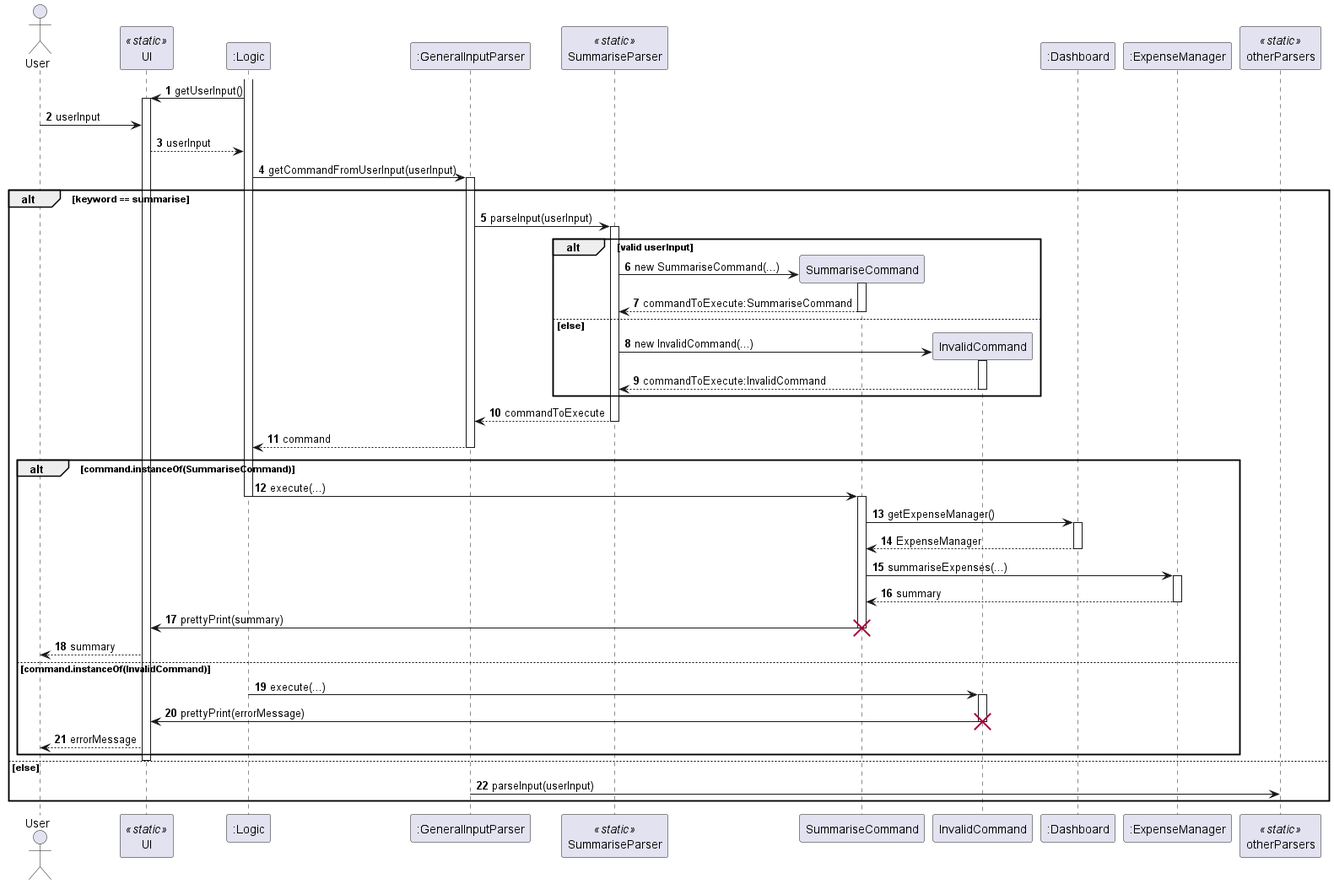
JianJiaT/tp keeps this PlantUML diagram as docs/images/summarise_sequence.png. Above is the earlier version.
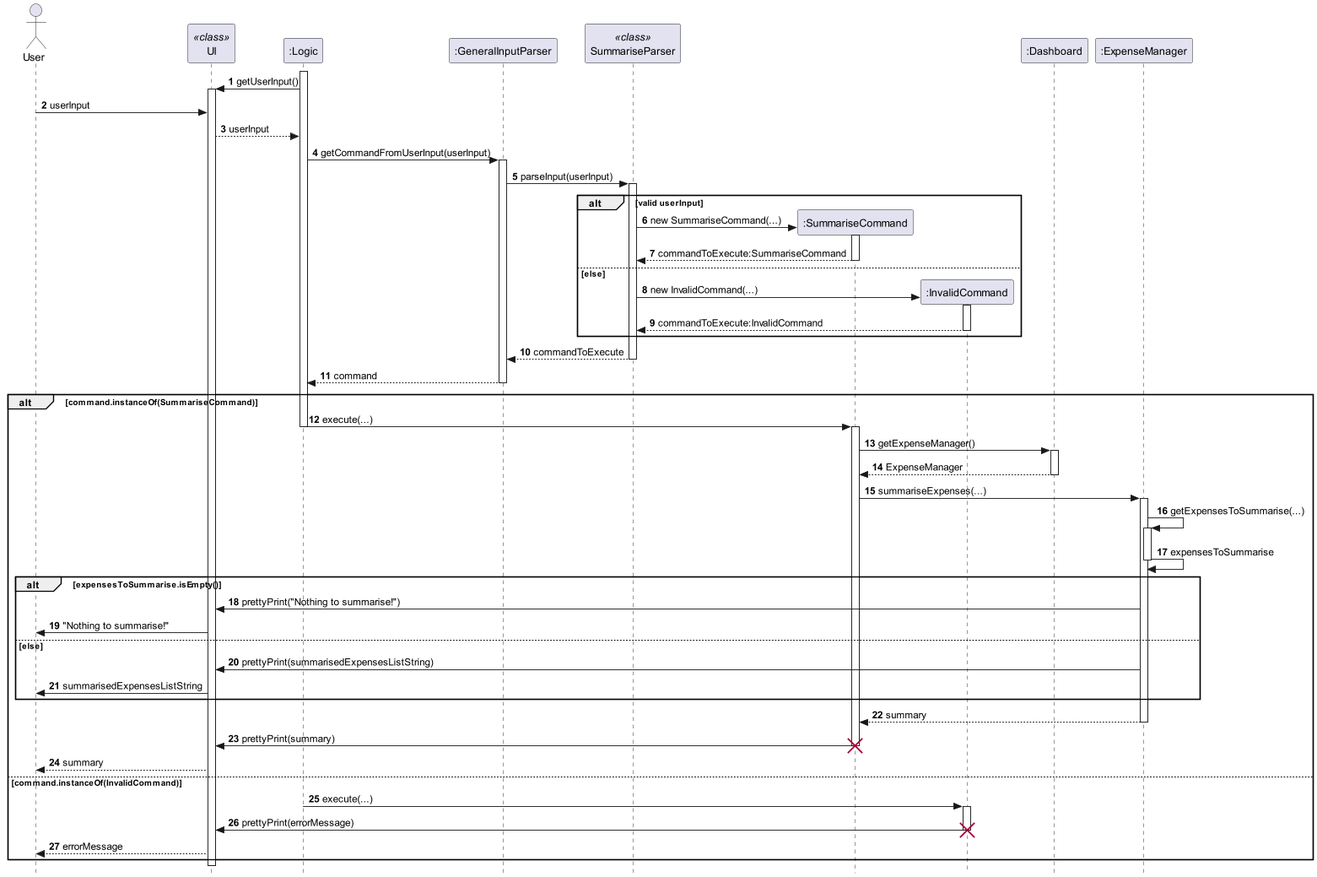
Later version of the same file.

Commit message:
Update image file of sequence diagram

What changed in the source:
```diff
@@ -1,59 +1,67 @@
 @startuml
 
+skinparam Style strictuml
 autonumber
 actor User
-participant UI << static >>
+participant UI << class >>
 participant ":Logic" as Logic
 activate Logic
 participant ":GeneralInputParser" as GeneralInputParser
-participant SummariseParser << static >>
+participant SummariseParser << class >>
 
-participant InvalidCommand order 29
+participant ":SummariseCommand" as SummariseCommand order 28
+participant ":InvalidCommand" as InvalidCommand order 29
 participant ":Dashboard" as Dashboard order 30
 participant ":ExpenseManager" as ExpenseManager order 31
-participant otherParsers <<static>> order 32
+
 Logic -> UI ++ : getUserInput()
 
 User -> UI : userInput
 UI --> Logic : userInput
 
 Logic -> GeneralInputParser ++ : getCommandFromUserInput(userInput)
-alt keyword == summarise
-    GeneralInputParser -> SummariseParser ++ : parseInput(userInput)
-    alt valid userInput
-        SummariseParser -> SummariseCommand ** : new SummariseCommand(...)
-        activate SummariseCommand
-        SummariseCommand --> SummariseParser --: commandToExecute:SummariseCommand
+GeneralInputParser -> SummariseParser ++ : parseInput(userInput)
+alt valid userInput
+    SummariseParser -> SummariseCommand ** : new SummariseCommand(...)
+    activate SummariseCommand
+    SummariseCommand --> SummariseParser --: commandToExecute:SummariseCommand
+else else
+    SummariseParser -> InvalidCommand ** : new InvalidCommand(...)
+    activate InvalidCommand
+    InvalidCommand --> SummariseParser -- : commandToExecute:InvalidCommand
+end
+
+SummariseParser --> GeneralInputParser -- : commandToExecute
+GeneralInputParser --> Logic -- : command
+
+alt command.instanceOf(SummariseCommand)
+    Logic -> SummariseCommand -- : execute(...)
+    activate SummariseCommand
+    SummariseCommand -> Dashboard ++ : getExpenseManager()
+    Dashboard --> SummariseCommand -- : ExpenseManager
+    SummariseCommand -> ExpenseManager ++ : summariseExpenses(...)
+    ExpenseManager -> ExpenseManager ++ : getExpensesToSummarise(...)
+    ExpenseManager -> ExpenseManager -- : expensesToSummarise
+    alt expensesToSummarise.isEmpty()
+        ExpenseManager -> UI : prettyPrint("Nothing to summarise!")
+        UI -> User : "Nothing to summarise!"
     else else
-        SummariseParser -> InvalidCommand ** : new InvalidCommand(...)
-        activate InvalidCommand
-        InvalidCommand --> SummariseParser -- : commandToExecute:InvalidCommand
+        ExpenseManager -> UI : prettyPrint(summarisedExpensesListString)
+        UI -> User : summarisedExpensesListString
     end
+    ExpenseManager --> SummariseCommand -- : summary
+    SummariseCommand -> UI -- : prettyPrint(summary)
+    destroy SummariseCommand
+    UI --> User : summary
+else command.instanceOf(InvalidCommand)
+    Logic -> InvalidCommand -- : execute(...)
+    activate InvalidCommand
+    InvalidCommand -> UI -- : prettyPrint(errorMessage)
+    destroy InvalidCommand
+    UI --> User : errorMessage
+end
+deactivate UI
 
-    SummariseParser --> GeneralInputParser -- : commandToExecute
-    GeneralInputParser --> Logic -- : command
-
-    alt command.instanceOf(SummariseCommand)
-        Logic -> SummariseCommand -- : execute(...)
-        activate SummariseCommand
-        SummariseCommand -> Dashboard ++ : getExpenseManager()
-        Dashboard --> SummariseCommand -- : ExpenseManager
-        SummariseCommand -> ExpenseManager ++ : summariseExpenses(...)
-        ExpenseManager --> SummariseCommand -- : summary
-        SummariseCommand -> UI -- : prettyPrint(summary)
-        destroy SummariseCommand
-        UI --> User : summary
-    else command.instanceOf(InvalidCommand)
-        Logic -> InvalidCommand -- : execute(...)
-        activate InvalidCommand
-        InvalidCommand -> UI -- : prettyPrint(errorMessage)
-        destroy InvalidCommand
-        UI --> User : errorMessage
-    end
-    deactivate UI
-else else
-    GeneralInputParser -> otherParsers : parseInput(userInput)
-end
 
 
 
```
